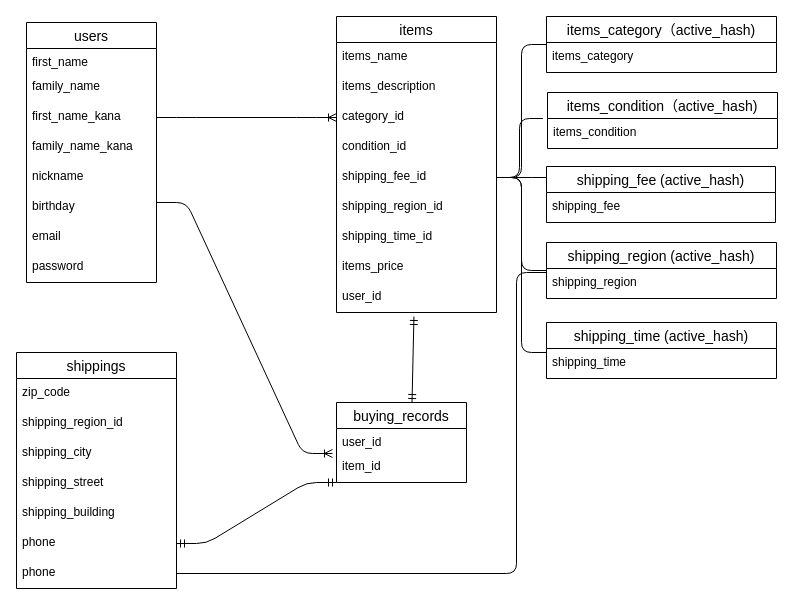
Before: page "ページ1" (1 of 2) of furima-38956.dio in ayapeco/furima-38956, a draw.io diagram. Source tidied: cells renumbered, new cells numbered last; positions are measured from the earlier drawing's top-left corner, leaving out a move shared by most shapes. Both pictures are drawn from the tidied source at 100%, with x=0, y=0 at pixel (16, 16).
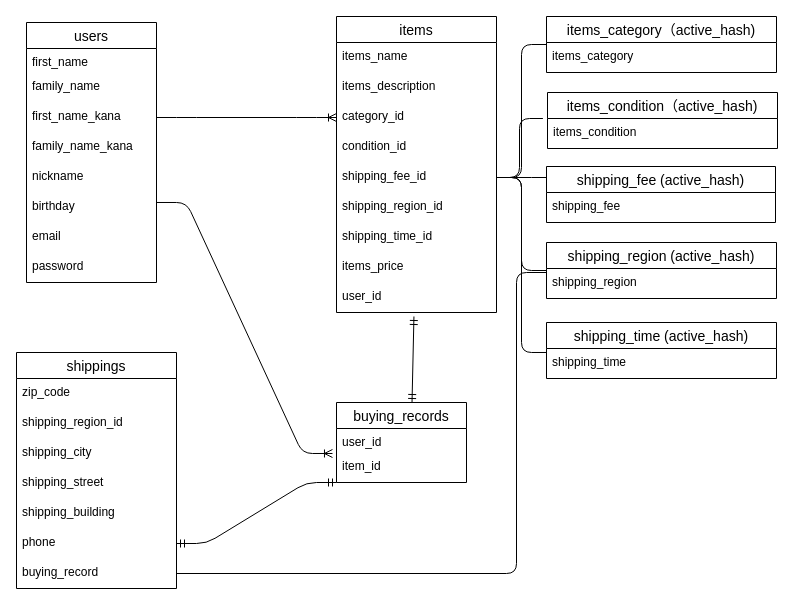
Above is the later version.

The change refers to these unchanged cells:
```xml
<mxCell id="25" value="shippings" style="swimlane;fontStyle=0;horizontal=1;startSize=26;align=center;fontSize=14;" parent="1" vertex="1">
  <mxGeometry y="336" width="160" height="236" as="geometry" />
</mxCell>
```

What changed in the source:
```diff
@@
-    <mxCell id="32" value="phone" style="text;strokeColor=none;fillColor=none;spacingLeft=4;spacingRight=4;overflow=hidden;points=[[0,0.5],[1,0.5]];portConstraint=eastwest;fontSize=12;" parent="25" vertex="1">
+    <mxCell id="32" value="buying_record" style="text;strokeColor=none;fillColor=none;spacingLeft=4;spacingRight=4;overflow=hidden;points=[[0,0.5],[1,0.5]];portConstraint=eastwest;fontSize=12;" parent="25" vertex="1">
       <mxGeometry y="206" width="160" height="30" as="geometry" />
     </mxCell>
```
